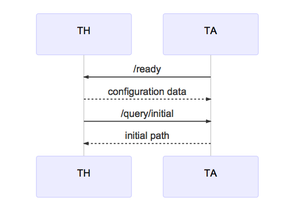
This is documents/sequences/cp3.mmd.png from cmu-mars/cmu-robotics, a Mermaid export, as it was before one commit. Its source is kept beside it as documents/sequences/cp3.mmd.
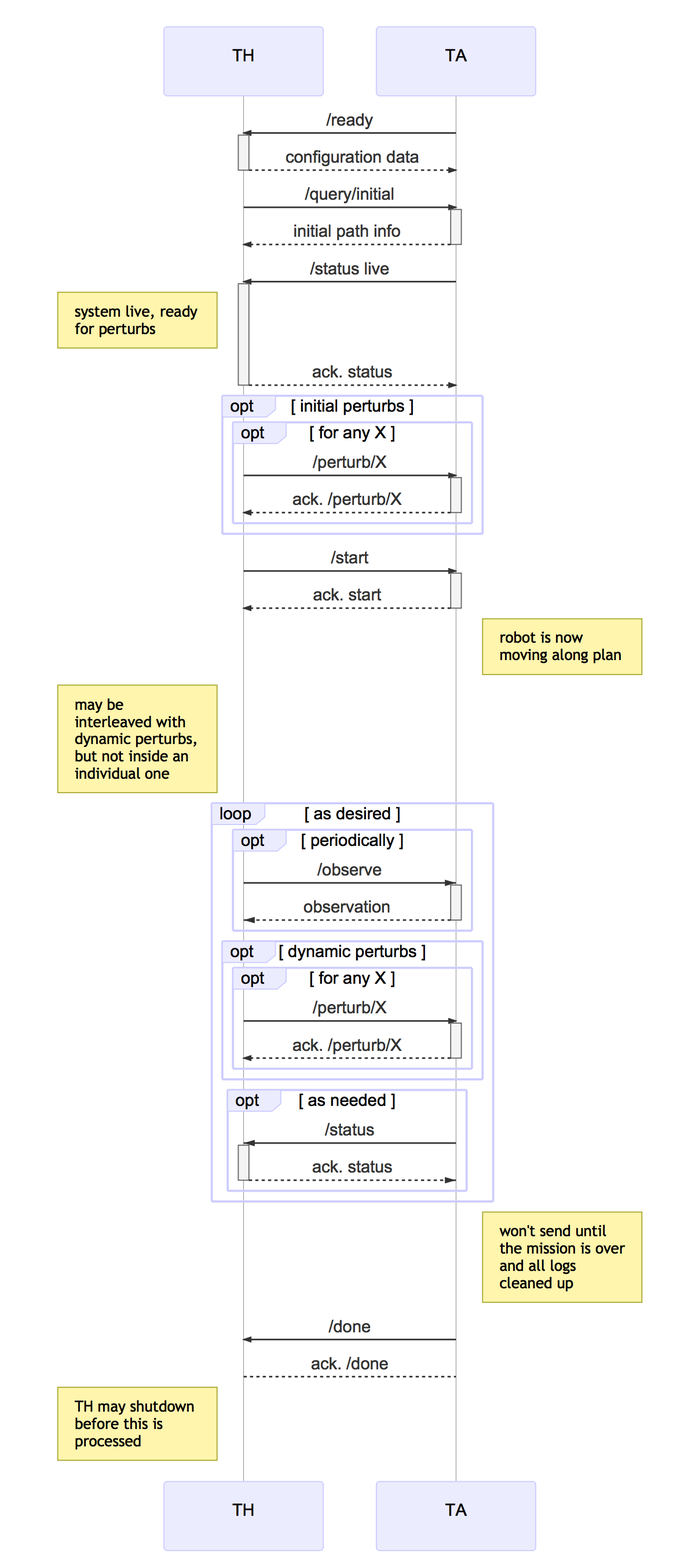
Later version of the same file.

Commit message:
first cut at sequence diagram for CP3

The edit, as a diff of the source:
```diff
@@ -1,8 +1,49 @@
 sequenceDiagram
-	participant TH
-	participant TA
+        participant TH
+        participant TA
 
-	TA ->> TH: /ready
-	TH -->> TA: configuration data
-	TH ->> TA: /query/initial
-	TA -->> TH: initial path info
+        TA ->>+ TH: /ready
+        TH -->>- TA: configuration data
+        TH ->>+ TA: /query/initial
+        TA -->>- TH: initial path info
+
+        TA ->>+ TH: /status live
+        Note left of TH: system live, ready for perturbs
+        TH -->>- TA: ack. status
+
+        opt initial perturbs
+            opt for any X
+                 TH ->>+ TA: /perturb/X
+                 TA -->>- TH: ack. /perturb/X
+            end
+        end
+
+        TH ->>+ TA: /start
+        TA -->>- TH: ack. start
+        Note right of TA: robot is now moving along plan
+
+        Note left of TH: may be interleaved with dynamic perturbs, but not inside an individual one
+        loop as desired
+                opt periodically
+                    TH -x+ TA: /observe
+                    TA --x- TH: observation
+                end
+
+                opt dynamic perturbs
+                            opt for any X
+                                 TH ->>+ TA: /perturb/X
+                                 TA -->>- TH: ack. /perturb/X
+                            end
+                end
+
+                opt as needed
+                    TA -x+ TH: /status
+                    TH --x- TA: ack. status
+                end
+        end
+
+        Note right of TA: won't send until the mission is over and all logs cleaned up
+        TA ->> TH: /done
+        TH --> TA: ack. /done
+
+        Note left of TH: TH may shutdown before this is processed
```
